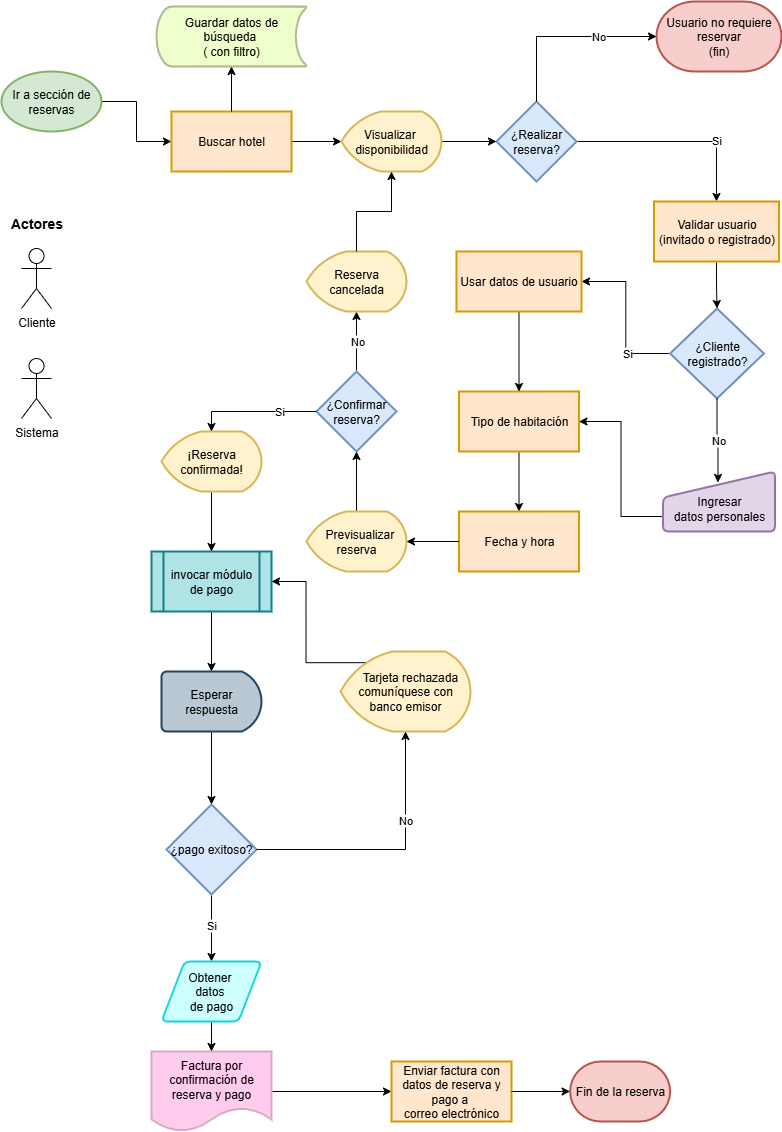
DjGuetta/App-Hotel-Management keeps this draw.io diagram as Flujograma de reserva de habitación.png. Above is the earlier version. Source tidied: cells renumbered, new cells last; positions are measured from the earlier drawing's top-left corner, leaving out a move shared by most shapes.
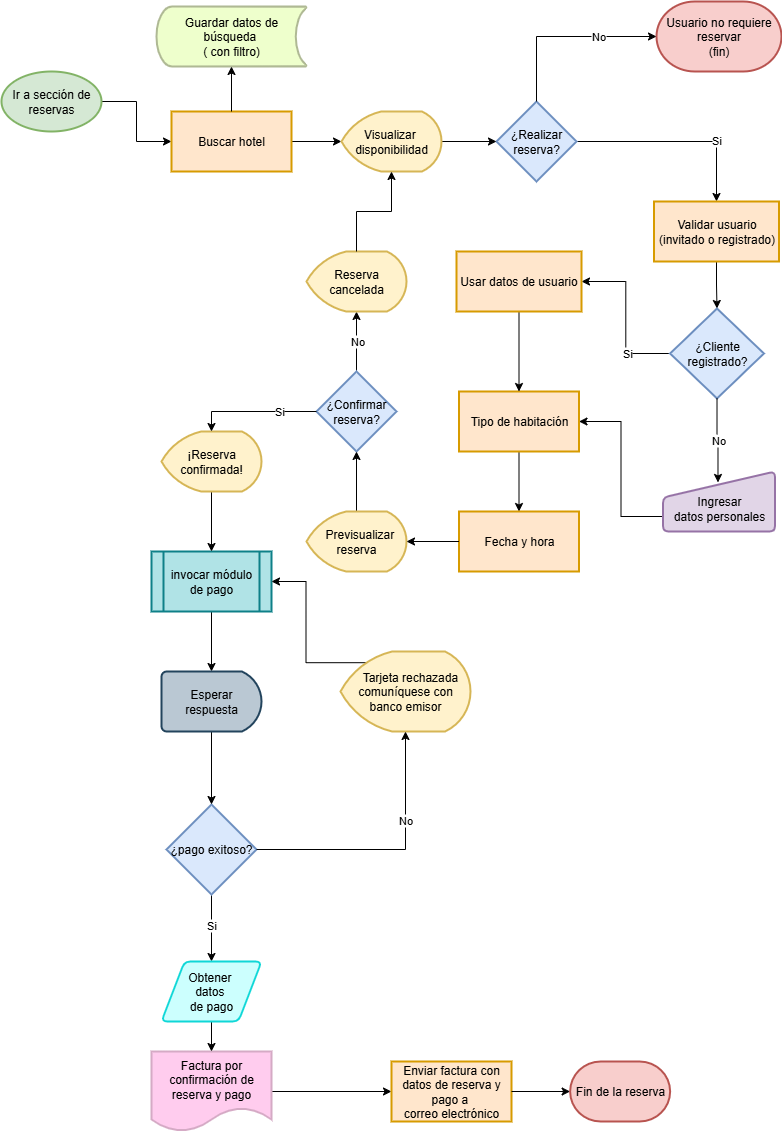
After the change.

Commit message:
Eliminando actores que intervienen en el sistema (no es apto para el diagrama)

What changed in the source:
```diff
@@ -110,15 +110,6 @@
     <mxCell id="35" value="No" style="edgeLabel;html=1;align=center;verticalAlign=middle;" parent="34" vertex="1">
       <mxGeometry x="0.34" y="1" relative="1" as="geometry" />
     </mxCell>
-    <mxCell id="36" value="Cliente" style="shape=umlActor;verticalLabelPosition=bottom;verticalAlign=top;html=1;" parent="1" vertex="1">
-      <mxGeometry x="20" y="247" width="30" height="60" as="geometry" />
-    </mxCell>
-    <mxCell id="37" value="Sistema" style="shape=umlActor;verticalLabelPosition=bottom;verticalAlign=top;html=1;" parent="1" vertex="1">
-      <mxGeometry x="20" y="357" width="30" height="60" as="geometry" />
-    </mxCell>
-    <mxCell id="38" value="Actores" style="text;html=1;align=center;verticalAlign=middle;strokeColor=none;fillColor=none;fontStyle=1;fontSize=14;" parent="1" vertex="1">
-      <mxGeometry y="207" width="70" height="30" as="geometry" />
-    </mxCell>
     <mxCell id="39" style="edgeStyle=orthogonalEdgeStyle;rounded=0;jettySize=auto;html=1;exitX=0.5;exitY=1;exitDx=0;exitDy=0;exitPerimeter=0;entryX=0.5;entryY=0;entryDx=0;entryDy=0;" parent="1" edge="1" source="40" target="20">
       <mxGeometry relative="1" as="geometry" />
     </mxCell>
```
